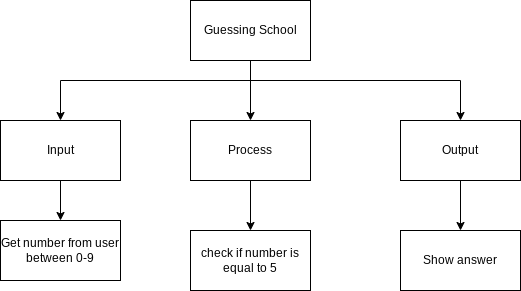
Above: design/top-down.png in Johanna-liu16/ICS3U-Unit-3-03-python (draw.io), before the change. Source tidied: cells renumbered, new cells last; positions are measured from the earlier drawing's top-left corner, leaving out a move shared by most shapes.
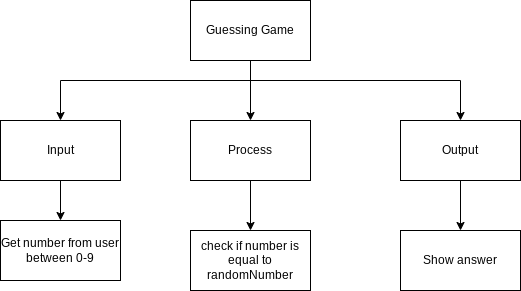
The same diagram one commit later.

Change to the diagram source:
```diff
@@ -21,13 +21,13 @@
         </Array>
       </mxGeometry>
     </mxCell>
-    <mxCell id="5" value="Guessing School" style="rounded=0;whiteSpace=wrap;html=1;" parent="1" vertex="1">
+    <mxCell id="5" value="Guessing Game" style="rounded=0;whiteSpace=wrap;html=1;" parent="1" vertex="1">
       <mxGeometry x="190" width="120" height="60" as="geometry" />
     </mxCell>
     <mxCell id="6" value="Show answer" style="rounded=0;whiteSpace=wrap;html=1;" parent="1" vertex="1">
       <mxGeometry x="400" y="230" width="120" height="60" as="geometry" />
     </mxCell>
-    <mxCell id="7" value="check if number is equal to 5" style="rounded=0;whiteSpace=wrap;html=1;" parent="1" vertex="1">
+    <mxCell id="7" value="check if number is equal to randomNumber" style="rounded=0;whiteSpace=wrap;html=1;" parent="1" vertex="1">
       <mxGeometry x="190" y="230" width="120" height="60" as="geometry" />
     </mxCell>
     <mxCell id="8" value="Get number from user between 0-9" style="rounded=0;whiteSpace=wrap;html=1;" parent="1" vertex="1">
```
